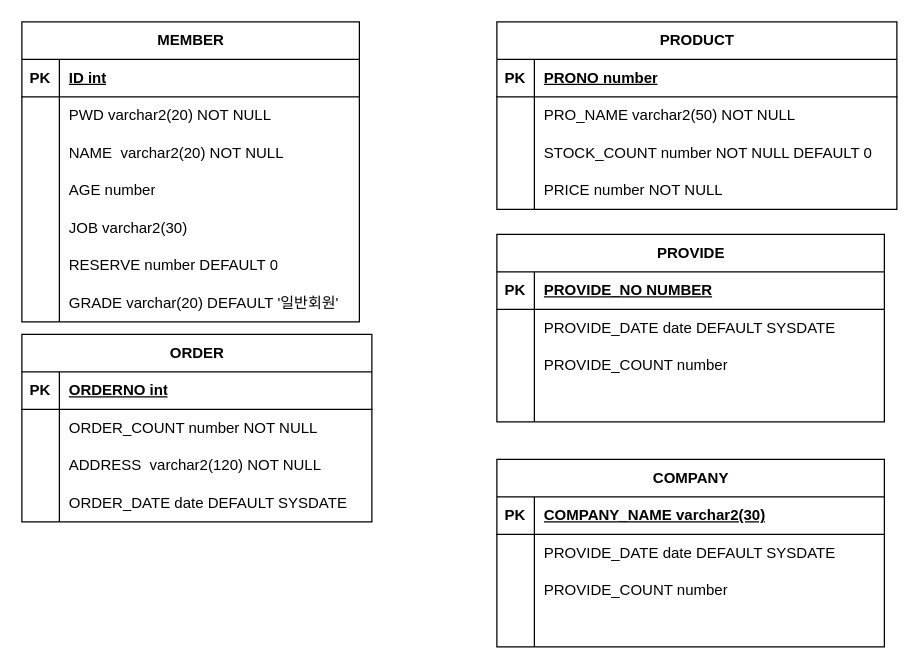
Above: 마트_ERD.drawio in professorjiwon/oraclework (draw.io), before the change. Source tidied: cells renumbered, new cells numbered last; positions are measured from the earlier drawing's top-left corner, leaving out a move shared by most shapes. Both pictures are drawn from the tidied source at 125%, with x=0, y=0 at pixel (21, 21).
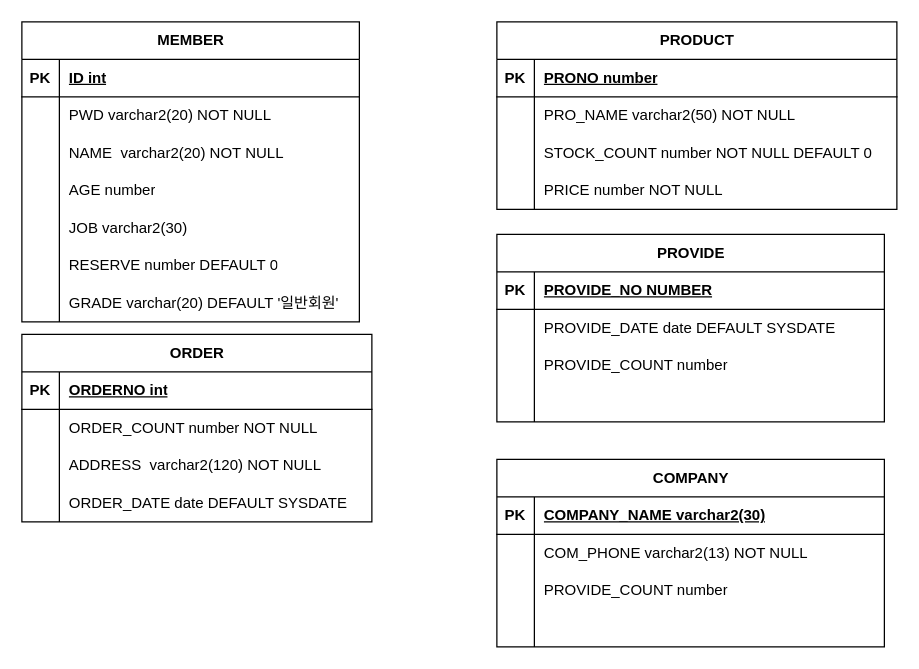
After the change.

The change refers to these unchanged cells:
```xml
<mxCell id="67" style="shape=tableRow;horizontal=0;startSize=0;swimlaneHead=0;swimlaneBody=0;fillColor=none;top=0;left=0;right=0;bottom=0;" parent="63" vertex="1">
  <mxGeometry y="60" width="310" height="30" as="geometry" />
</mxCell>
```

What changed in the source:
```diff
@@
-    <mxCell id="69" value="PROVIDE_DATE date DEFAULT SYSDATE" style="shape=partialRectangle;fillColor=none;top=0;left=0;bottom=0;right=0;align=left;spacingLeft=6;overflow=hidden;whiteSpace=wrap;html=1;" parent="67" vertex="1">
+    <mxCell id="69" value="COM_PHONE varchar2(13) NOT NULL" style="shape=partialRectangle;fillColor=none;top=0;left=0;bottom=0;right=0;align=left;spacingLeft=6;overflow=hidden;whiteSpace=wrap;html=1;" parent="67" vertex="1">
       <mxGeometry x="30" width="280" height="30" as="geometry" />
     </mxCell>
```
